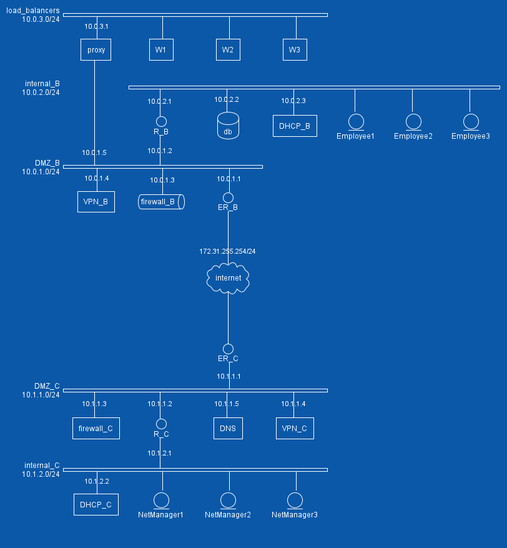
The PlantUML diagram proj/docs/grs.png in joaolucasmartins/grs2022, before a commit.
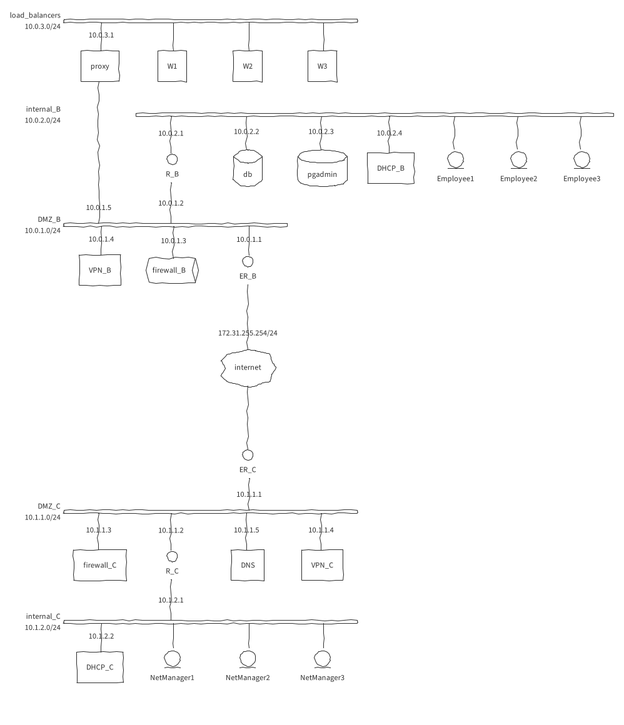
The same file after the commit.

Commit message:
Add: pg admin to diagrams

The edit, as a diff of the source:
```diff
@@ -1,5 +1,7 @@
 @startuml
-!theme amiga
+
+!theme sketchy-outline
+
 nwdiag {
   network load_balancers {
     address = "10.0.3.0/24";
@@ -12,7 +14,8 @@
     address = "10.0.2.0/24";
     R_B [shape = interface, address="10.0.2.1"]
     db [shape = database, address = "10.0.2.2"];
-    DHCP_B [shape = rectangle, address = "10.0.2.3"];
+    pgadmin [shape = database, address = "10.0.2.3"];
+    DHCP_B [shape = rectangle, address = "10.0.2.4"];
     Employee1 [shape = entity]
     Employee2 [shape = entity]
     Employee3 [shape = entity]
```
